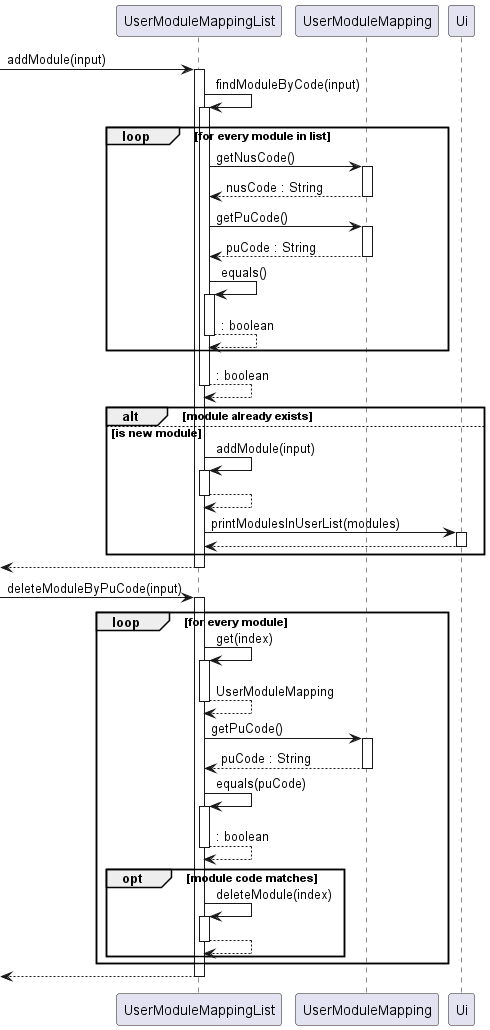
nus-cs2113-AY2223S1/tp keeps this PlantUML diagram as docs/images/UserModuleMapping_Sequence.png. Above is the earlier version. The source it was exported from:
```plantuml
@startuml

-> UserModuleMappingList : addModule(input)
activate UserModuleMappingList
UserModuleMappingList -> UserModuleMappingList : findModuleByCode(input)
activate UserModuleMappingList
loop for every module in list
UserModuleMappingList -> UserModuleMapping : getNusCode()
activate UserModuleMapping
return nusCode : String
UserModuleMappingList -> UserModuleMapping : getPuCode()
activate UserModuleMapping
return puCode : String
UserModuleMappingList -> UserModuleMappingList : equals()
activate UserModuleMappingList
return : boolean
end
return : boolean

alt module already exists
else is new module
UserModuleMappingList -> UserModuleMappingList : addModule(input)
activate UserModuleMappingList
return
UserModuleMappingList -> Ui : printModulesInUserList(modules)
activate Ui
return
end
return

-> UserModuleMappingList : deleteModuleByPuCode(input)
activate UserModuleMappingList
loop for every module
    UserModuleMappingList -> UserModuleMappingList : get(index)
    activate UserModuleMappingList
    return UserModuleMapping
    UserModuleMappingList -> UserModuleMapping : getPuCode()
    activate UserModuleMapping
    return puCode : String
    UserModuleMappingList -> UserModuleMappingList : equals(puCode)
    activate UserModuleMappingList
    return : boolean
    opt module code matches
    UserModuleMappingList -> UserModuleMappingList : deleteModule(index)
    activate UserModuleMappingList
    return
    end
end
return

@enduml
```
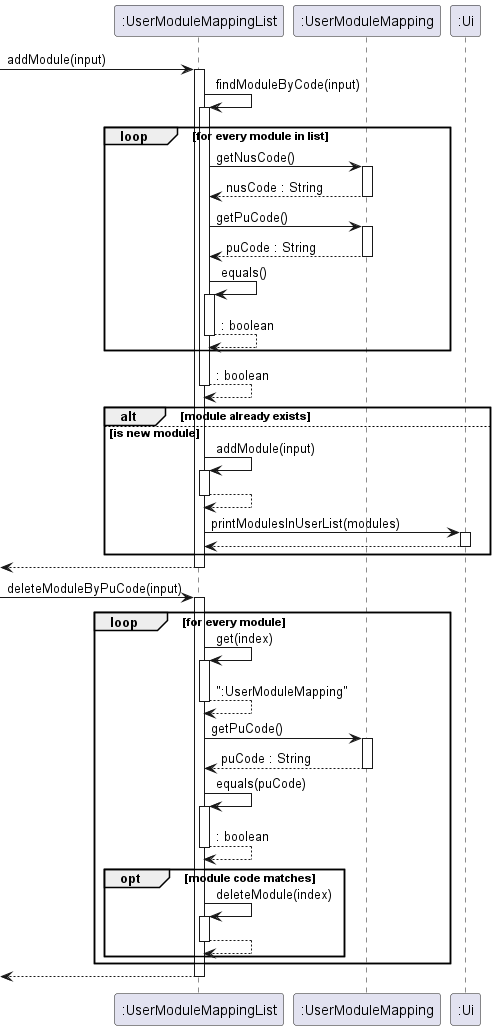
The same file after the commit.

Commit message:
Update UML diagram

What changed in the source:
```diff
@@ -1,48 +1,48 @@
 @startuml
 
--> UserModuleMappingList : addModule(input)
-activate UserModuleMappingList
-UserModuleMappingList -> UserModuleMappingList : findModuleByCode(input)
-activate UserModuleMappingList
+-> ":UserModuleMappingList" : addModule(input)
+activate ":UserModuleMappingList"
+":UserModuleMappingList" -> ":UserModuleMappingList" : findModuleByCode(input)
+activate ":UserModuleMappingList"
 loop for every module in list
-UserModuleMappingList -> UserModuleMapping : getNusCode()
-activate UserModuleMapping
+":UserModuleMappingList" -> ":UserModuleMapping" : getNusCode()
+activate ":UserModuleMapping"
 return nusCode : String
-UserModuleMappingList -> UserModuleMapping : getPuCode()
-activate UserModuleMapping
+":UserModuleMappingList" -> ":UserModuleMapping" : getPuCode()
+activate ":UserModuleMapping"
 return puCode : String
-UserModuleMappingList -> UserModuleMappingList : equals()
-activate UserModuleMappingList
+":UserModuleMappingList" -> ":UserModuleMappingList" : equals()
+activate ":UserModuleMappingList"
 return : boolean
 end
 return : boolean
 
 alt module already exists
 else is new module
-UserModuleMappingList -> UserModuleMappingList : addModule(input)
-activate UserModuleMappingList
+":UserModuleMappingList" -> ":UserModuleMappingList" : addModule(input)
+activate ":UserModuleMappingList"
 return
-UserModuleMappingList -> Ui : printModulesInUserList(modules)
-activate Ui
+":UserModuleMappingList" -> ":Ui" : printModulesInUserList(modules)
+activate ":Ui"
 return
 end
 return
 
--> UserModuleMappingList : deleteModuleByPuCode(input)
-activate UserModuleMappingList
+-> ":UserModuleMappingList" : deleteModuleByPuCode(input)
+activate ":UserModuleMappingList"
 loop for every module
-    UserModuleMappingList -> UserModuleMappingList : get(index)
-    activate UserModuleMappingList
-    return UserModuleMapping
-    UserModuleMappingList -> UserModuleMapping : getPuCode()
-    activate UserModuleMapping
+    ":UserModuleMappingList" -> ":UserModuleMappingList" : get(index)
+    activate ":UserModuleMappingList"
+    return ":UserModuleMapping"
+    ":UserModuleMappingList" -> ":UserModuleMapping" : getPuCode()
+    activate ":UserModuleMapping"
     return puCode : String
-    UserModuleMappingList -> UserModuleMappingList : equals(puCode)
-    activate UserModuleMappingList
+    ":UserModuleMappingList" -> ":UserModuleMappingList" : equals(puCode)
+    activate ":UserModuleMappingList"
     return : boolean
     opt module code matches
-    UserModuleMappingList -> UserModuleMappingList : deleteModule(index)
-    activate UserModuleMappingList
+    ":UserModuleMappingList" -> ":UserModuleMappingList" : deleteModule(index)
+    activate ":UserModuleMappingList"
     return
     end
 end
```
